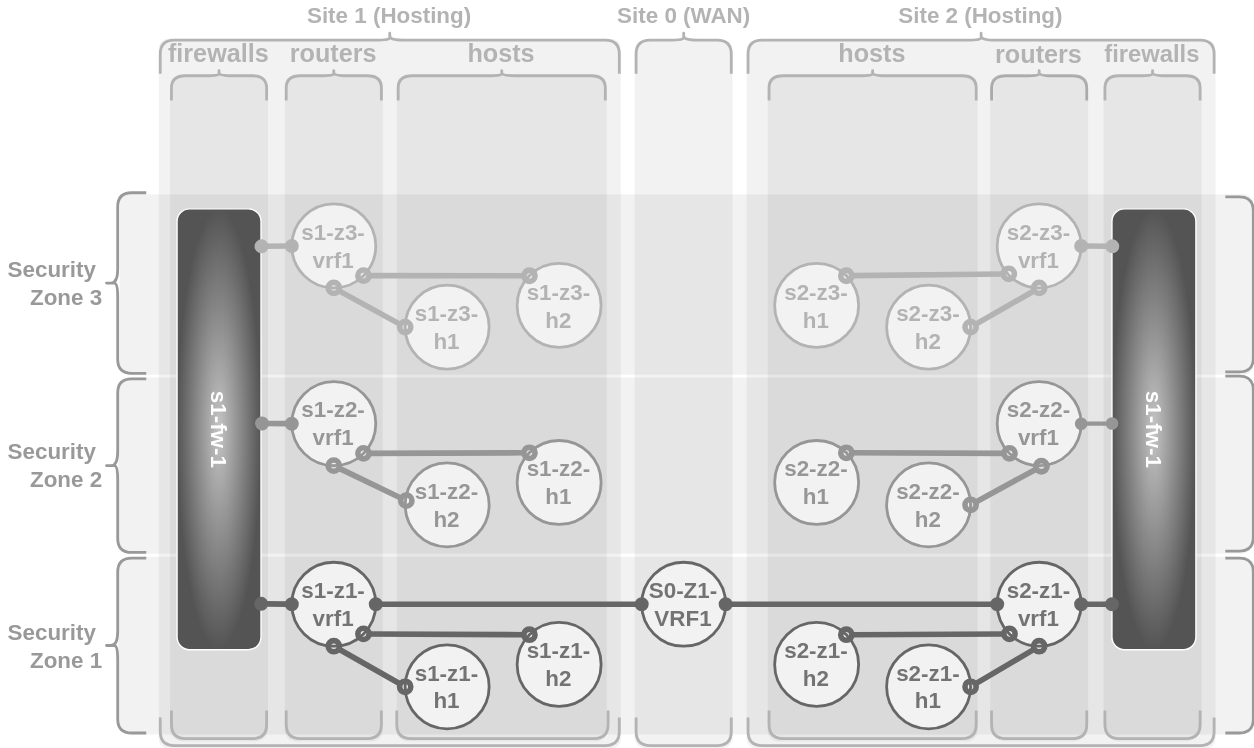
The draw.io diagram pages/1/3 (spontaneous-symmetry)/spont-sym-case-study-1-1a.drawio.svg in menckend/alpha, before a commit. Source tidied: cells renumbered, new cells last; positions are measured from the earlier drawing's top-left corner, leaving out a move shared by most shapes.
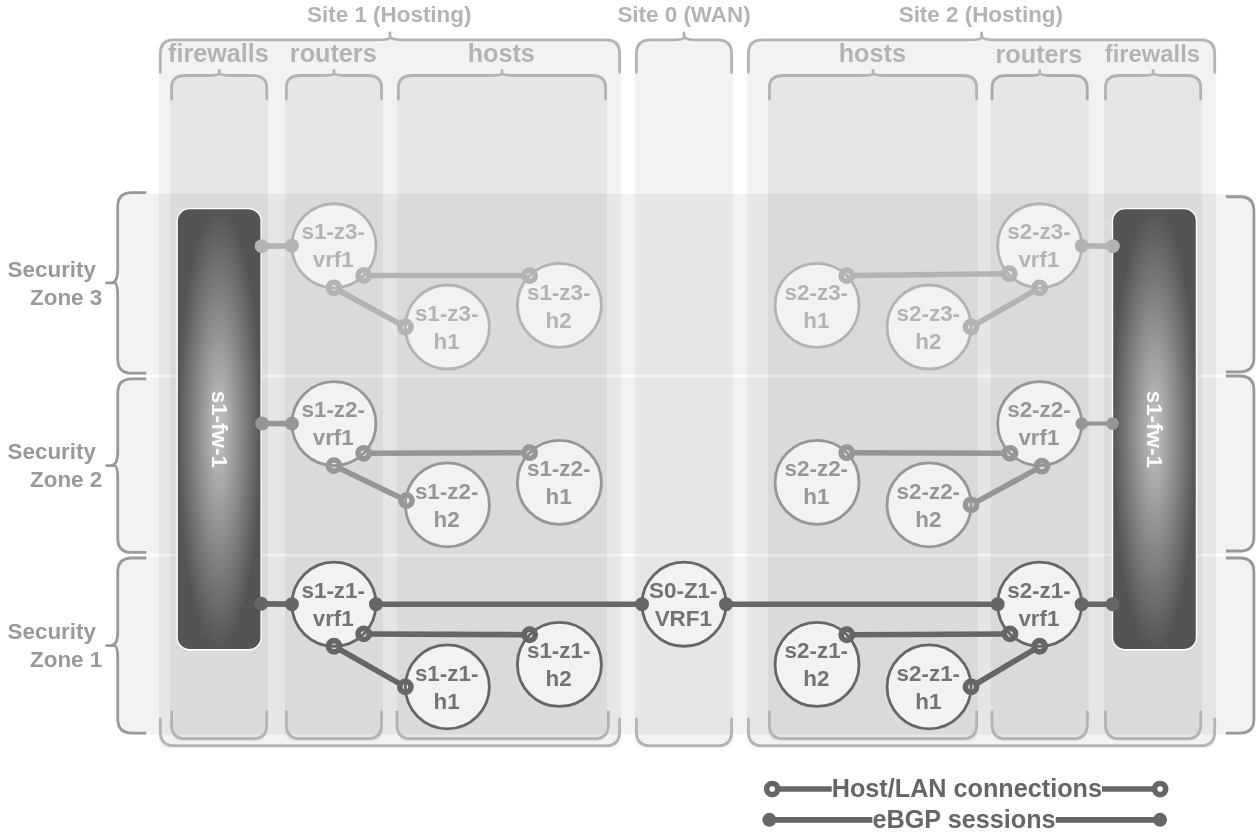
After the change.

What changed in the source:
```diff
@@ -233,5 +233,17 @@
     <mxCell id="78" style="endArrow=oval;startArrow=oval;html=1;strokeWidth=4;strokeColor=#B3B3B3;startFill=1;endFill=1;fontSize=18;fontStyle=1;entryX=0.004;entryY=0.085;entryDx=0;entryDy=0;entryPerimeter=0;" parent="1" edge="1" source="54" target="75">
       <mxGeometry relative="1" as="geometry" />
     </mxCell>
+    <mxCell id="79" value="eBGP sessions" style="endArrow=oval;startArrow=oval;html=1;strokeWidth=4;strokeColor=#666666;startFill=1;endFill=1;fontSize=18;fontStyle=1;exitX=1;exitY=0.5;exitDx=0;exitDy=0;fontColor=#666666;" parent="1" edge="1">
+      <mxGeometry relative="1" as="geometry">
+        <mxPoint x="475" y="563" as="sourcePoint" />
+        <mxPoint x="754" y="563" as="targetPoint" />
+      </mxGeometry>
+    </mxCell>
+    <mxCell id="80" value="Host/LAN connections" style="endArrow=oval;startArrow=oval;html=1;strokeWidth=4;strokeColor=#666666;startFill=0;endFill=0;fontSize=18;fontStyle=1;endSize=8;startSize=8;exitX=1;exitY=0.5;exitDx=0;exitDy=0;fontColor=#666666;" parent="1" edge="1">
+      <mxGeometry relative="1" as="geometry">
+        <mxPoint x="477" y="541" as="sourcePoint" />
+        <mxPoint x="754" y="541" as="targetPoint" />
+      </mxGeometry>
+    </mxCell>
   </root>
 </mxGraphModel>
```
